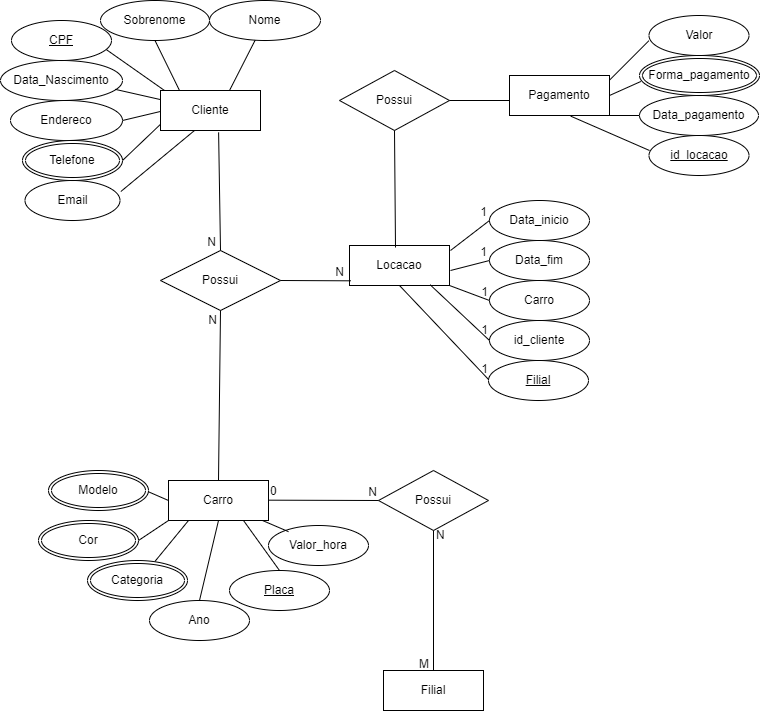
Before: Mapa_BD1.drawio.png, a diagram exported from draw.io (Kelly-Prone/diagramas). Source tidied: cells renumbered, new cells last; positions are measured from the earlier drawing's top-left corner, leaving out a move shared by most shapes.
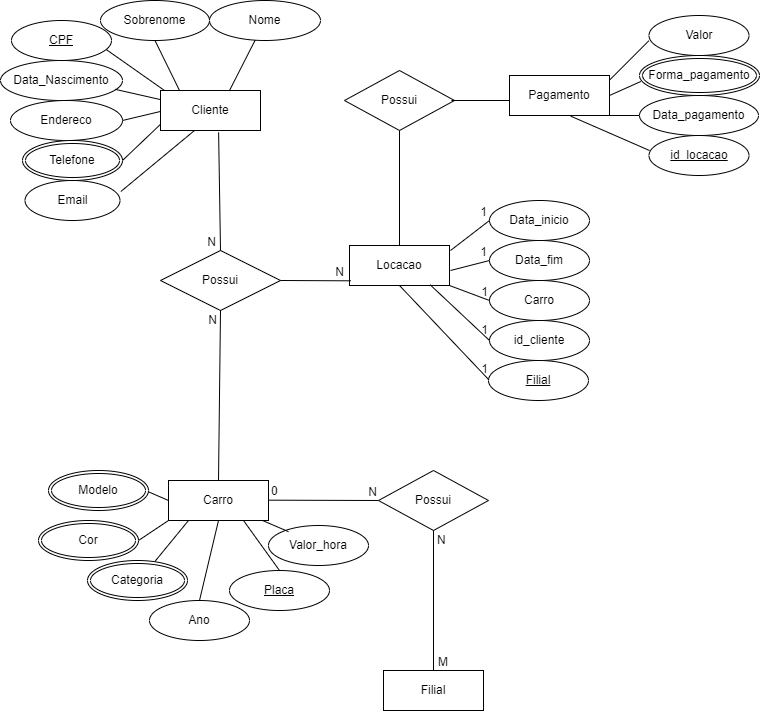
After the change.

What changed in the source:
```diff
@@ -137,7 +137,9 @@
       </mxGeometry>
     </mxCell>
     <mxCell id="36" value="0" style="html=1;whiteSpace=wrap;align=left;verticalAlign=bottom;" parent="35" vertex="1">
-      <mxGeometry x="-1" relative="1" as="geometry" />
+      <mxGeometry x="-1" relative="1" as="geometry">
+        <mxPoint x="1" as="offset" />
+      </mxGeometry>
     </mxCell>
     <mxCell id="37" value="N" style="html=1;whiteSpace=wrap;align=right;verticalAlign=bottom;" parent="35" vertex="1">
       <mxGeometry x="1" relative="1" as="geometry" />
@@ -147,16 +149,16 @@
     </mxCell>
     <mxCell id="39" value="N" style="html=1;whiteSpace=wrap;align=left;verticalAlign=bottom;" parent="38" vertex="1">
       <mxGeometry x="-1" relative="1" as="geometry">
-        <mxPoint x="1" y="13" as="offset" />
+        <mxPoint x="2" y="18" as="offset" />
       </mxGeometry>
     </mxCell>
     <mxCell id="40" value="M" style="html=1;whiteSpace=wrap;align=right;verticalAlign=bottom;" parent="38" vertex="1">
       <mxGeometry x="1" relative="1" as="geometry">
-        <mxPoint x="-3" y="2" as="offset" />
+        <mxPoint x="16" as="offset" />
       </mxGeometry>
     </mxCell>
     <mxCell id="41" value="Possui" style="shape=rhombus;perimeter=rhombusPerimeter;whiteSpace=wrap;html=1;align=center;" parent="1" vertex="1">
-      <mxGeometry x="339" y="70" width="110" height="60" as="geometry" />
+      <mxGeometry x="344" y="70" width="110" height="60" as="geometry" />
     </mxCell>
     <mxCell id="42" value="Pagamento" style="whiteSpace=wrap;html=1;align=center;" parent="1" vertex="1">
       <mxGeometry x="509" y="75" width="100" height="40" as="geometry" />
@@ -230,11 +232,11 @@
         <mxPoint x="-5" as="offset" />
       </mxGeometry>
     </mxCell>
-    <mxCell id="60" style="endArrow=none;html=1;rounded=0;exitX=0.5;exitY=1;exitDx=0;exitDy=0;entryX=0.46;entryY=0.05;entryDx=0;entryDy=0;entryPerimeter=0;" parent="1" edge="1" source="41" target="43">
+    <mxCell id="60" style="endArrow=none;html=1;rounded=0;exitX=0.5;exitY=1;exitDx=0;exitDy=0;entryX=0.5;entryY=0;entryDx=0;entryDy=0;" parent="1" edge="1" source="41" target="43">
       <mxGeometry relative="1" as="geometry" />
     </mxCell>
     <mxCell id="61" style="line;strokeWidth=1;dashed=0;labelPosition=right;align=left;verticalAlign=middle;spacingTop=0;spacingLeft=6;" parent="1" vertex="1">
-      <mxGeometry x="449" y="95" width="60" height="10" as="geometry" />
+      <mxGeometry x="451" y="95" width="58" height="10" as="geometry" />
     </mxCell>
     <mxCell id="62" value="Filial" style="ellipse;whiteSpace=wrap;html=1;align=center;fontStyle=4;" parent="1" vertex="1">
       <mxGeometry x="488" y="360" width="100" height="40" as="geometry" />
```
